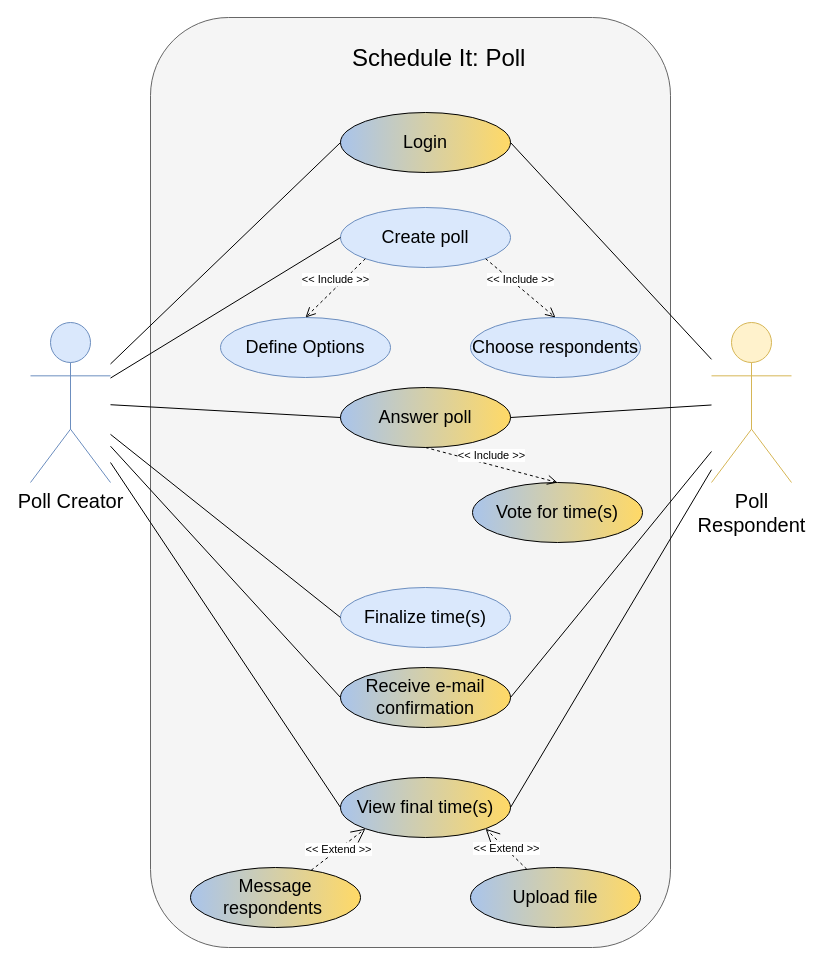
Above: poll_use_case.drawio in pauladams12345/schedule_it (draw.io), before the change. Source tidied: cells renumbered, new cells numbered last; positions are measured from the earlier drawing's top-left corner, leaving out a move shared by most shapes. Both pictures are drawn from the tidied source at 100%, with x=0, y=0 at pixel (30, 17).
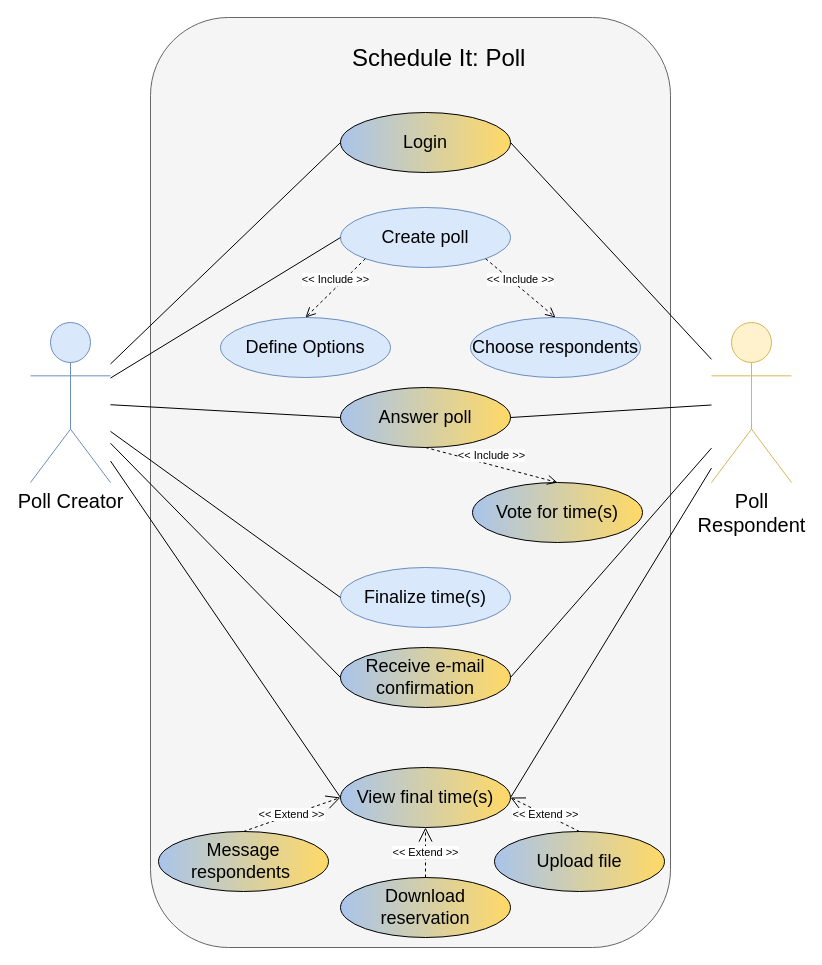
After the change.

Commit message:
Add "Download reservation" use case

Diff of the diagram source:
```diff
@@
     <mxCell id="10" value="&lt;span style=&quot;font-size: 18px&quot;&gt;Finalize time(s)&lt;/span&gt;" style="ellipse;whiteSpace=wrap;html=1;fillColor=#dae8fc;strokeColor=#6c8ebf;" parent="1" vertex="1">
-      <mxGeometry x="310" y="570" width="170" height="60" as="geometry" />
+      <mxGeometry x="310" y="550" width="170" height="60" as="geometry" />
     </mxCell>
     <mxCell id="11" value="&lt;span style=&quot;font-size: 18px&quot;&gt;Receive e-mail confirmation&lt;/span&gt;" style="ellipse;whiteSpace=wrap;html=1;fillColor=#FFD966;gradientColor=#A9C4EB;gradientDirection=west;" parent="1" vertex="1">
-      <mxGeometry x="310" y="650" width="170" height="60" as="geometry" />
+      <mxGeometry x="310" y="630" width="170" height="60" as="geometry" />
     </mxCell>
     <mxCell id="12" value="&lt;span style=&quot;font-size: 18px&quot;&gt;Upload file&lt;/span&gt;" style="ellipse;whiteSpace=wrap;html=1;fillColor=#FFD966;gradientColor=#A9C4EB;gradientDirection=west;" parent="1" vertex="1">
-      <mxGeometry x="440" y="850" width="170" height="60" as="geometry" />
+      <mxGeometry x="464" y="814" width="170" height="60" as="geometry" />
     </mxCell>
     <mxCell id="13" value="&lt;span style=&quot;font-size: 18px&quot;&gt;Message respondents&amp;nbsp;&lt;/span&gt;" style="ellipse;whiteSpace=wrap;html=1;gradientColor=#A9C4EB;fillColor=#FFD966;gradientDirection=west;" parent="1" vertex="1">
-      <mxGeometry x="160" y="850" width="170" height="60" as="geometry" />
+      <mxGeometry x="128" y="814" width="170" height="60" as="geometry" />
     </mxCell>
@@
     <mxCell id="15" value="&lt;span style=&quot;font-size: 18px&quot;&gt;View final time(s)&lt;/span&gt;" style="ellipse;whiteSpace=wrap;html=1;fillColor=#FFD966;gradientColor=#A9C4EB;gradientDirection=west;" parent="1" vertex="1">
-      <mxGeometry x="310" y="760" width="170" height="60" as="geometry" />
+      <mxGeometry x="310" y="750" width="170" height="60" as="geometry" />
     </mxCell>
@@
-    <mxCell id="27" value="&amp;lt;&amp;lt; Extend &amp;gt;&amp;gt;" style="endArrow=open;endSize=12;dashed=1;html=1;entryX=0;entryY=1;entryDx=0;entryDy=0;" parent="1" edge="1" source="13" target="15">
+    <mxCell id="27" value="&amp;lt;&amp;lt; Extend &amp;gt;&amp;gt;" style="endArrow=open;endSize=12;dashed=1;html=1;entryX=0;entryY=0.5;entryDx=0;entryDy=0;exitX=0.5;exitY=0;exitDx=0;exitDy=0;" parent="1" edge="1" source="13" target="15">
       <mxGeometry relative="1" as="geometry" />
     </mxCell>
-    <mxCell id="28" value="&amp;lt;&amp;lt; Extend &amp;gt;&amp;gt;" style="endArrow=open;endSize=12;dashed=1;html=1;entryX=1;entryY=1;entryDx=0;entryDy=0;" parent="1" edge="1" source="12" target="15">
+    <mxCell id="28" value="&amp;lt;&amp;lt; Extend &amp;gt;&amp;gt;" style="endArrow=open;endSize=12;dashed=1;html=1;entryX=1;entryY=0.5;entryDx=0;entryDy=0;exitX=0.5;exitY=0;exitDx=0;exitDy=0;" parent="1" edge="1" source="12" target="15">
       <mxGeometry relative="1" as="geometry" />
     </mxCell>
@@
+    <mxCell id="32" value="&lt;span style=&quot;font-size: 18px&quot;&gt;Download reservation&lt;/span&gt;" style="ellipse;whiteSpace=wrap;html=1;fillColor=#FFD966;gradientColor=#A9C4EB;gradientDirection=west;" parent="1" vertex="1">
+      <mxGeometry x="310" y="860" width="170" height="60" as="geometry" />
+    </mxCell>
+    <mxCell id="33" value="&amp;lt;&amp;lt; Extend &amp;gt;&amp;gt;" style="endArrow=open;endSize=12;dashed=1;html=1;entryX=0.5;entryY=1;entryDx=0;entryDy=0;exitX=0.5;exitY=0;exitDx=0;exitDy=0;" parent="1" edge="1" source="32" target="15">
+      <mxGeometry relative="1" as="geometry" />
+    </mxCell>
```
